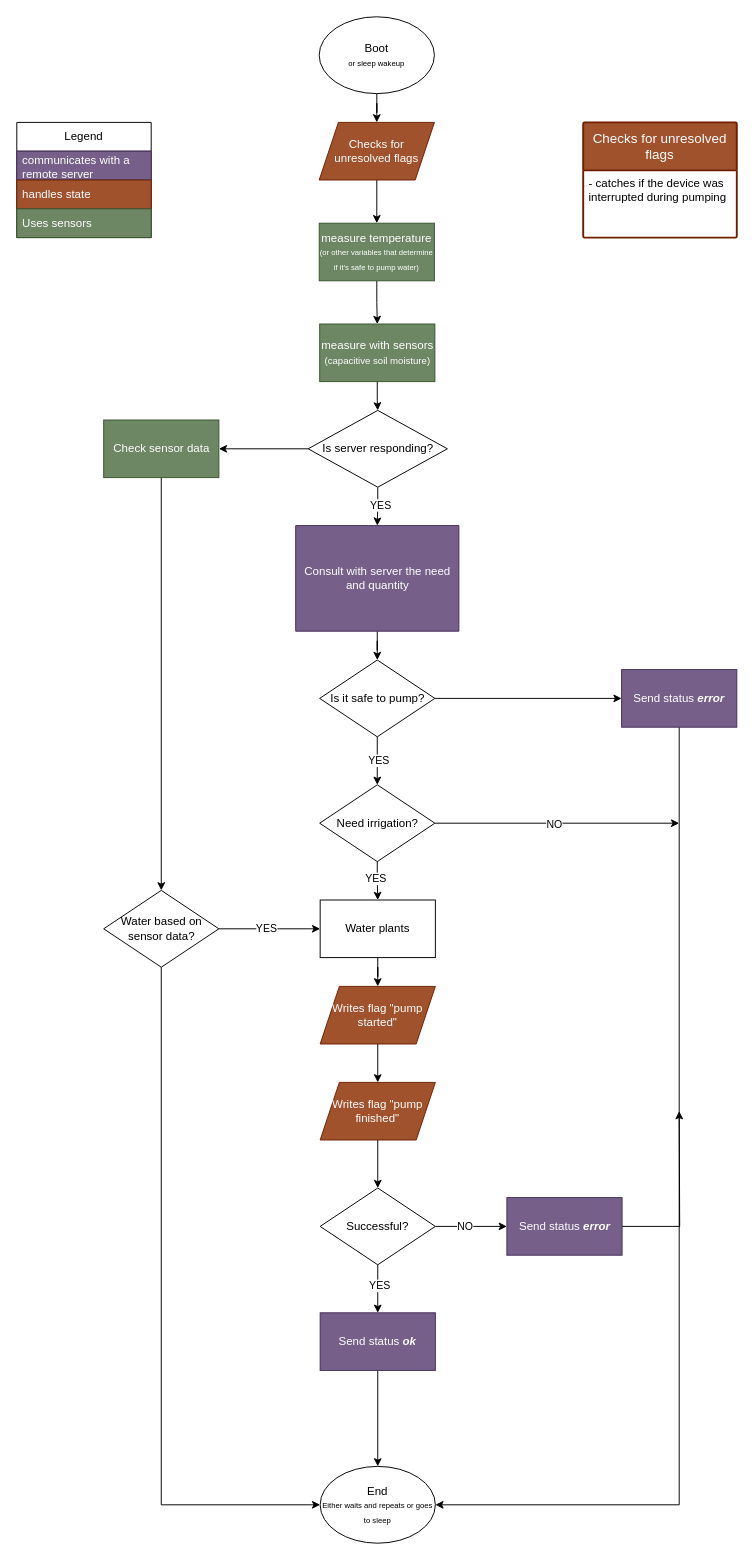
The draw.io diagram software/Zahradnik-flowchart.drawio in DvorakFilip/Zahradnik, before the edit. Source tidied: cells renumbered, new cells numbered last; positions are measured from the earlier drawing's top-left corner, leaving out a move shared by most shapes. Both pictures are drawn from the tidied source at 96%, with x=0, y=0 at pixel (16, 16).
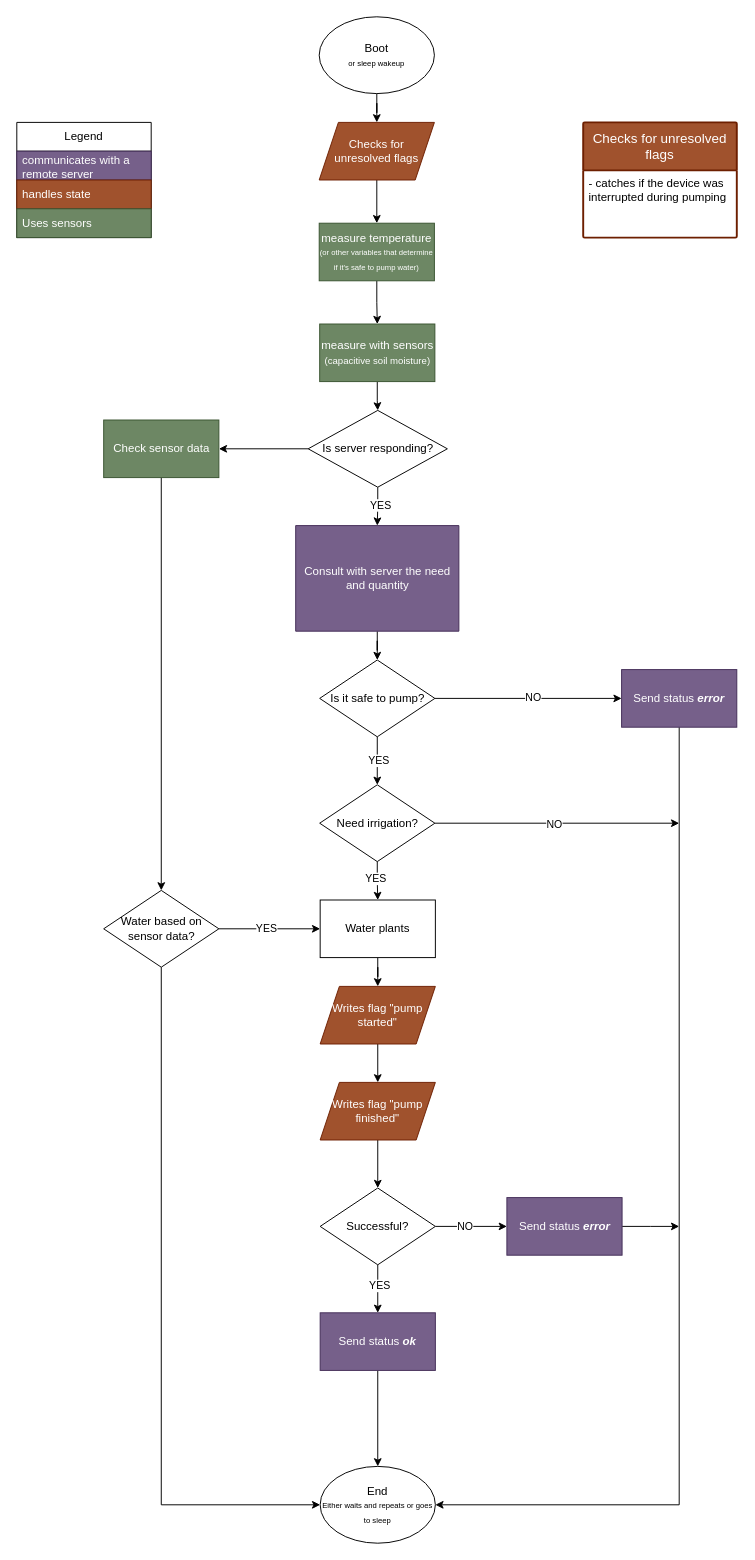
The same page after the edit.

The change refers to these unchanged cells:
```xml
<mxCell id="11" style="edgeStyle=orthogonalEdgeStyle;rounded=0;jettySize=auto;html=1;defaultLabelBackgroundColor=page;entryX=0;entryY=0.5;entryDx=0;entryDy=0;" parent="1" edge="1" source="12" target="14">
  <mxGeometry relative="1" as="geometry" />
</mxCell>
<mxCell id="34" value="Send status &lt;b&gt;&lt;i&gt;error&lt;/i&gt;&lt;/b&gt;" style="whiteSpace=wrap;html=1;fillColor=#76608a;fontColor=#ffffff;strokeColor=#432D57;" parent="1" vertex="1">
  <mxGeometry x="510.5" y="1230" width="120" height="60" as="geometry" />
</mxCell>
```

The edit, as a diff of the source:
```diff
@@
+    <mxCell id="55" value="NO" style="edgeLabel;html=1;align=center;verticalAlign=middle;inheritText=1;defaultLabelBackgroundColor=page;" parent="11" vertex="1">
+      <mxGeometry x="0.05" y="2" relative="1" as="geometry" />
+    </mxCell>
@@
-    <mxCell id="33" style="edgeStyle=orthogonalEdgeStyle;rounded=0;jettySize=auto;html=1;defaultLabelBackgroundColor=page;" parent="1" edge="1" source="34">
-      <mxGeometry relative="1" as="geometry">
-        <mxPoint x="690" y="1140" as="targetPoint" />
-      </mxGeometry>
-    </mxCell>
+    <mxCell id="56" style="edgeStyle=orthogonalEdgeStyle;rounded=0;jettySize=auto;html=1;defaultLabelBackgroundColor=page;" parent="1" edge="1" source="34">
+      <mxGeometry relative="1" as="geometry">
+        <mxPoint x="690" y="1260" as="targetPoint" />
+      </mxGeometry>
+    </mxCell>
```
